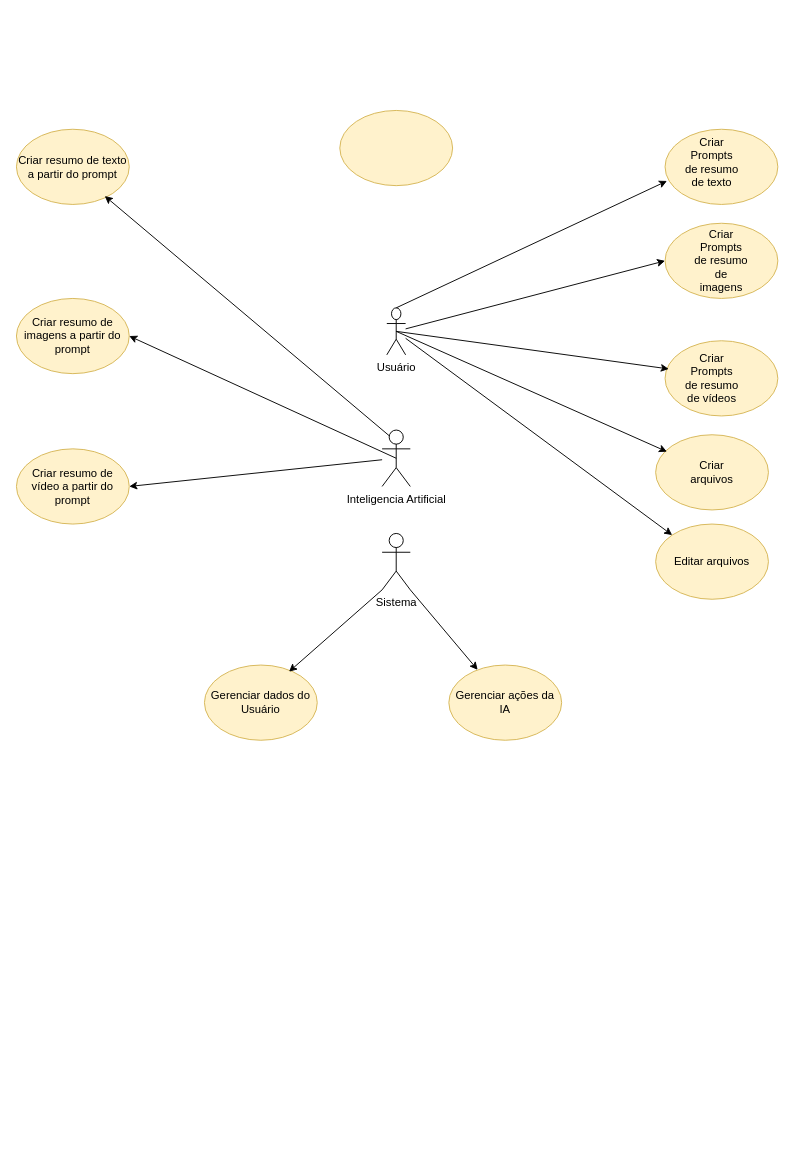
This is page "Página-1" (1 of 2) of Diagrama sem nome.drawio from maqueto/fcwai, a draw.io file, before an edit. Source tidied: cells renumbered, new cells numbered last; positions are measured from the earlier drawing's top-left corner, leaving out a move shared by most shapes. Both pictures are drawn from the tidied source at 94%, with x=0, y=0 at pixel (16, 110).
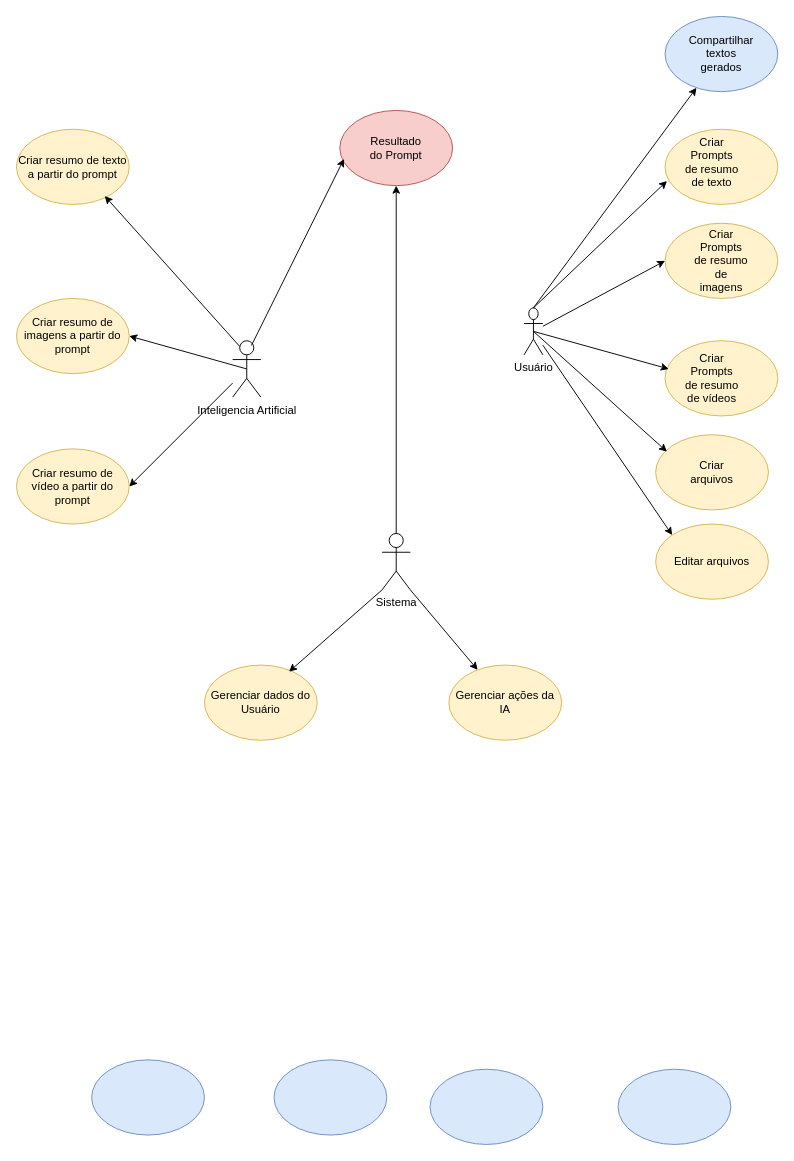
The same diagram, later.

Change to the diagram source:
```diff
@@
     <mxCell id="2" value="Usuário" style="shape=umlActor;verticalLabelPosition=bottom;verticalAlign=top;html=1;outlineConnect=0;" parent="1" vertex="1">
-      <mxGeometry x="394" y="210" width="20" height="50" as="geometry" />
+      <mxGeometry x="540" y="210" width="20" height="50" as="geometry" />
     </mxCell>
@@
     <mxCell id="17" value="Inteligencia Artificial" style="shape=umlActor;verticalLabelPosition=bottom;verticalAlign=top;html=1;outlineConnect=0;" parent="1" vertex="1">
-      <mxGeometry x="389" y="340" width="30" height="60" as="geometry" />
+      <mxGeometry x="230" y="245" width="30" height="60" as="geometry" />
     </mxCell>
@@
-    <mxCell id="29" style="ellipse;whiteSpace=wrap;html=1;fillColor=#fff2cc;strokeColor=#d6b656;" parent="1" vertex="1">
+    <mxCell id="29" style="ellipse;whiteSpace=wrap;html=1;fillColor=#f8cecc;strokeColor=#b85450;" parent="1" vertex="1">
       <mxGeometry x="344" width="120" height="80" as="geometry" />
     </mxCell>
+    <mxCell id="30" value="Resultado do Prompt" style="text;html=1;align=center;verticalAlign=middle;whiteSpace=wrap;rounded=0;" parent="1" vertex="1">
+      <mxGeometry x="374" y="25" width="60" height="30" as="geometry" />
+    </mxCell>
+    <mxCell id="31" style="ellipse;whiteSpace=wrap;html=1;fillColor=#dae8fc;strokeColor=#6c8ebf;" parent="1" vertex="1">
+      <mxGeometry x="274" y="1010" width="120" height="80" as="geometry" />
+    </mxCell>
+    <mxCell id="32" style="ellipse;whiteSpace=wrap;html=1;fillColor=#dae8fc;strokeColor=#6c8ebf;" parent="1" vertex="1">
+      <mxGeometry x="440" y="1020" width="120" height="80" as="geometry" />
+    </mxCell>
+    <mxCell id="33" style="ellipse;whiteSpace=wrap;html=1;fillColor=#dae8fc;strokeColor=#6c8ebf;" parent="1" vertex="1">
+      <mxGeometry x="640" y="1020" width="120" height="80" as="geometry" />
+    </mxCell>
+    <mxCell id="34" style="ellipse;whiteSpace=wrap;html=1;fillColor=#dae8fc;strokeColor=#6c8ebf;" parent="1" vertex="1">
+      <mxGeometry x="690" y="-100" width="120" height="80" as="geometry" />
+    </mxCell>
+    <mxCell id="35" style="ellipse;whiteSpace=wrap;html=1;fillColor=#dae8fc;strokeColor=#6c8ebf;" parent="1" vertex="1">
+      <mxGeometry x="80" y="1010" width="120" height="80" as="geometry" />
+    </mxCell>
+    <mxCell id="36" value="Compartilhar&lt;div&gt;textos gerados&lt;/div&gt;" style="text;html=1;align=center;verticalAlign=middle;whiteSpace=wrap;rounded=0;" parent="1" vertex="1">
+      <mxGeometry x="720" y="-75" width="60" height="30" as="geometry" />
+    </mxCell>
+    <mxCell id="37" style="endArrow=classic;html=1;rounded=0;entryX=0.037;entryY=0.645;entryDx=0;entryDy=0;entryPerimeter=0;" parent="1" edge="1" target="29">
+      <mxGeometry relative="1" as="geometry">
+        <mxPoint x="250" y="250" as="sourcePoint" />
+      </mxGeometry>
+    </mxCell>
+    <mxCell id="38" style="endArrow=classic;html=1;rounded=0;entryX=0.5;entryY=1;entryDx=0;entryDy=0;" parent="1" edge="1" target="29">
+      <mxGeometry relative="1" as="geometry">
+        <mxPoint x="404" y="450" as="sourcePoint" />
+      </mxGeometry>
+    </mxCell>
+    <mxCell id="39" style="endArrow=classic;html=1;rounded=0;" parent="1" edge="1" target="34">
+      <mxGeometry relative="1" as="geometry">
+        <mxPoint x="550" y="210" as="sourcePoint" />
+      </mxGeometry>
+    </mxCell>
```
